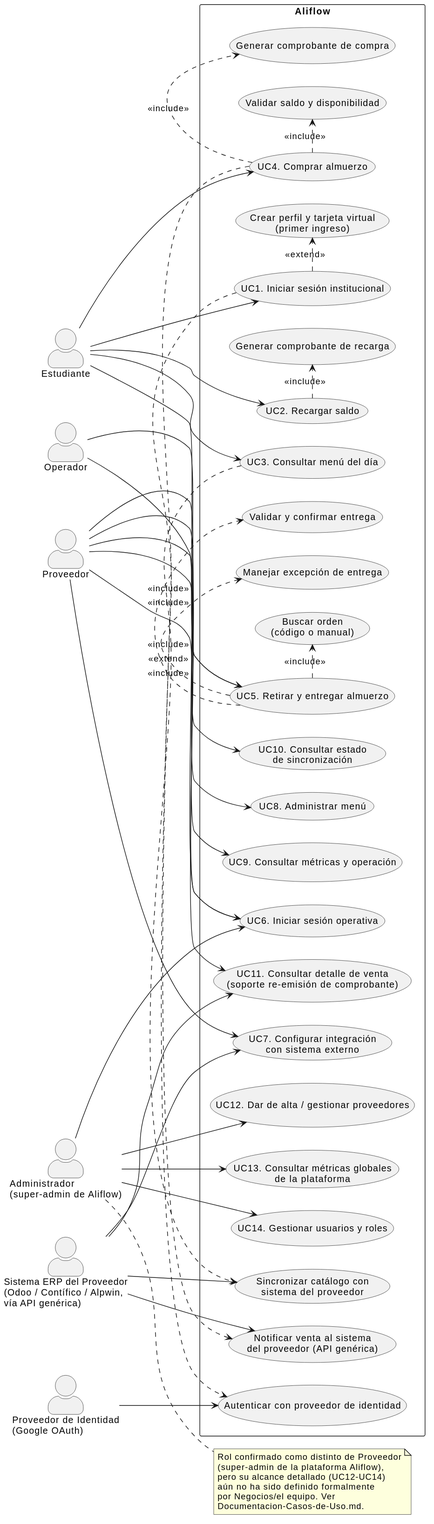
Before: uml/casos-de-uso.svg, a diagram exported from PlantUML (Jesus-JB/aliflow). Source of this version:
```plantuml
@startuml
left to right direction
skinparam packageStyle rectangle
skinparam actorStyle awesome

actor Estudiante as EST
actor Proveedor as PROV
actor Operador as OP
actor "Administrador\n(super-admin de Aliflow)" as ADMIN
actor "Proveedor de Identidad\n(Google OAuth)" as IDP
actor "Sistema ERP del Proveedor\n(Odoo / Contífico / Alpwin,\nvía API genérica)" as ERP

rectangle "Aliflow" {

  usecase "UC1. Iniciar sesión institucional" as UC1
  usecase "Autenticar con proveedor de identidad" as UC1a
  usecase "Crear perfil y tarjeta virtual\n(primer ingreso)" as UC1b

  usecase "UC2. Recargar saldo" as UC2
  usecase "Generar comprobante de recarga" as UC2a

  usecase "UC3. Consultar menú del día" as UC3
  usecase "Sincronizar catálogo con\nsistema del proveedor" as UC3a

  usecase "UC4. Comprar almuerzo" as UC4
  usecase "Validar saldo y disponibilidad" as UC4a
  usecase "Generar comprobante de compra" as UC4b
  usecase "Notificar venta al sistema\ndel proveedor (API genérica)" as UC4c

  usecase "UC5. Retirar y entregar almuerzo" as UC5
  usecase "Buscar orden\n(código o manual)" as UC5a
  usecase "Validar y confirmar entrega" as UC5b
  usecase "Manejar excepción de entrega" as UC5c

  usecase "UC6. Iniciar sesión operativa" as UC6

  usecase "UC7. Configurar integración\ncon sistema externo" as UC7

  usecase "UC8. Administrar menú" as UC8

  usecase "UC9. Consultar métricas y operación" as UC9

  usecase "UC10. Consultar estado\nde sincronización" as UC10

  usecase "UC11. Consultar detalle de venta\n(soporte re-emisión de comprobante)" as UC11

  usecase "UC12. Dar de alta / gestionar proveedores" as UC12
  usecase "UC13. Consultar métricas globales\nde la plataforma" as UC13
  usecase "UC14. Gestionar usuarios y roles" as UC14
}

EST --> UC1
EST --> UC2
EST --> UC3
EST --> UC4
EST --> UC5

OP --> UC5
OP --> UC6

PROV --> UC6
PROV --> UC7
PROV --> UC8
PROV --> UC9
PROV --> UC10
PROV --> UC11

IDP --> UC1a
ERP --> UC3a
ERP --> UC4c
ERP --> UC7
ERP --> UC11

ADMIN --> UC12
ADMIN --> UC13
ADMIN --> UC14
ADMIN --> UC6

UC1 .> UC1a : <<include>>
UC1 .> UC1b : <<extend>>

UC2 .> UC2a : <<include>>

UC3 .> UC3a : <<include>>

UC4 .> UC4a : <<include>>
UC4 .> UC4b : <<include>>
UC4 .> UC4c : <<include>>

UC5 .> UC5a : <<include>>
UC5 .> UC5b : <<include>>
UC5 .> UC5c : <<extend>>

note right of ADMIN
  Rol confirmado como distinto de Proveedor
  (super-admin de la plataforma Aliflow),
  pero su alcance detallado (UC12-UC14)
  aún no ha sido definido formalmente
  por Negocios/el equipo. Ver
  Documentacion-Casos-de-Uso.md.
end note
@enduml
```
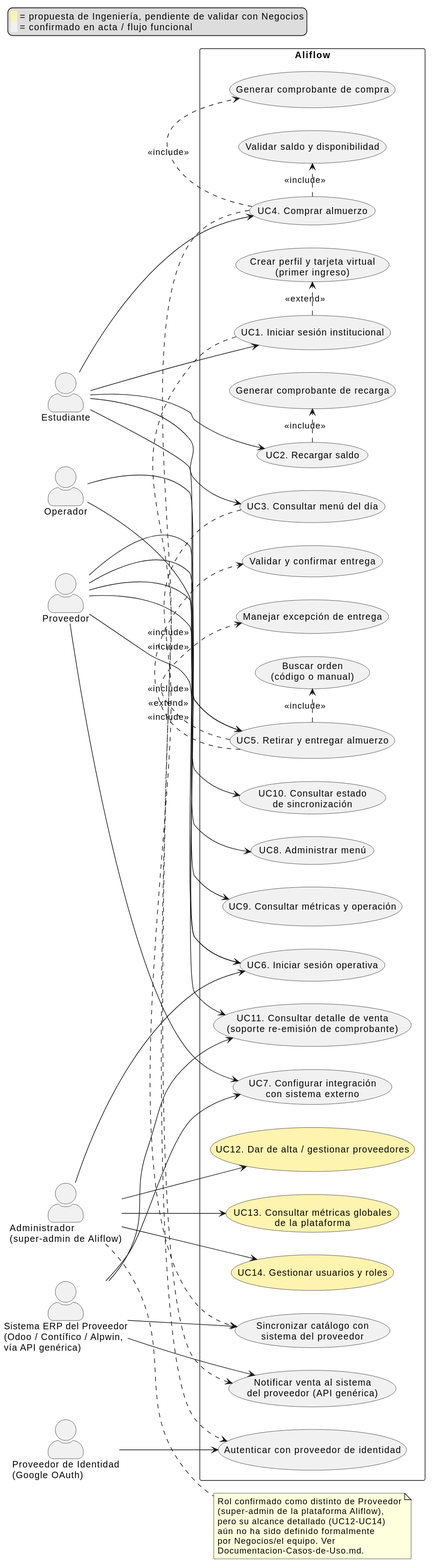
After the commit.

The edit, as a diff of the source:
```diff
@@ -2,6 +2,11 @@
 left to right direction
 skinparam packageStyle rectangle
 skinparam actorStyle awesome
+
+legend top left
+  <back:#FFF3B0>  </back> = propuesta de Ingeniería, pendiente de validar con Negocios
+  <back:#F1F1F1>  </back> = confirmado en acta / flujo funcional
+endlegend
 
 actor Estudiante as EST
 actor Proveedor as PROV
@@ -44,9 +49,9 @@
 
   usecase "UC11. Consultar detalle de venta\n(soporte re-emisión de comprobante)" as UC11
 
-  usecase "UC12. Dar de alta / gestionar proveedores" as UC12
-  usecase "UC13. Consultar métricas globales\nde la plataforma" as UC13
-  usecase "UC14. Gestionar usuarios y roles" as UC14
+  usecase "UC12. Dar de alta / gestionar proveedores" as UC12 #FFF3B0
+  usecase "UC13. Consultar métricas globales\nde la plataforma" as UC13 #FFF3B0
+  usecase "UC14. Gestionar usuarios y roles" as UC14 #FFF3B0
 }
 
 EST --> UC1
```
